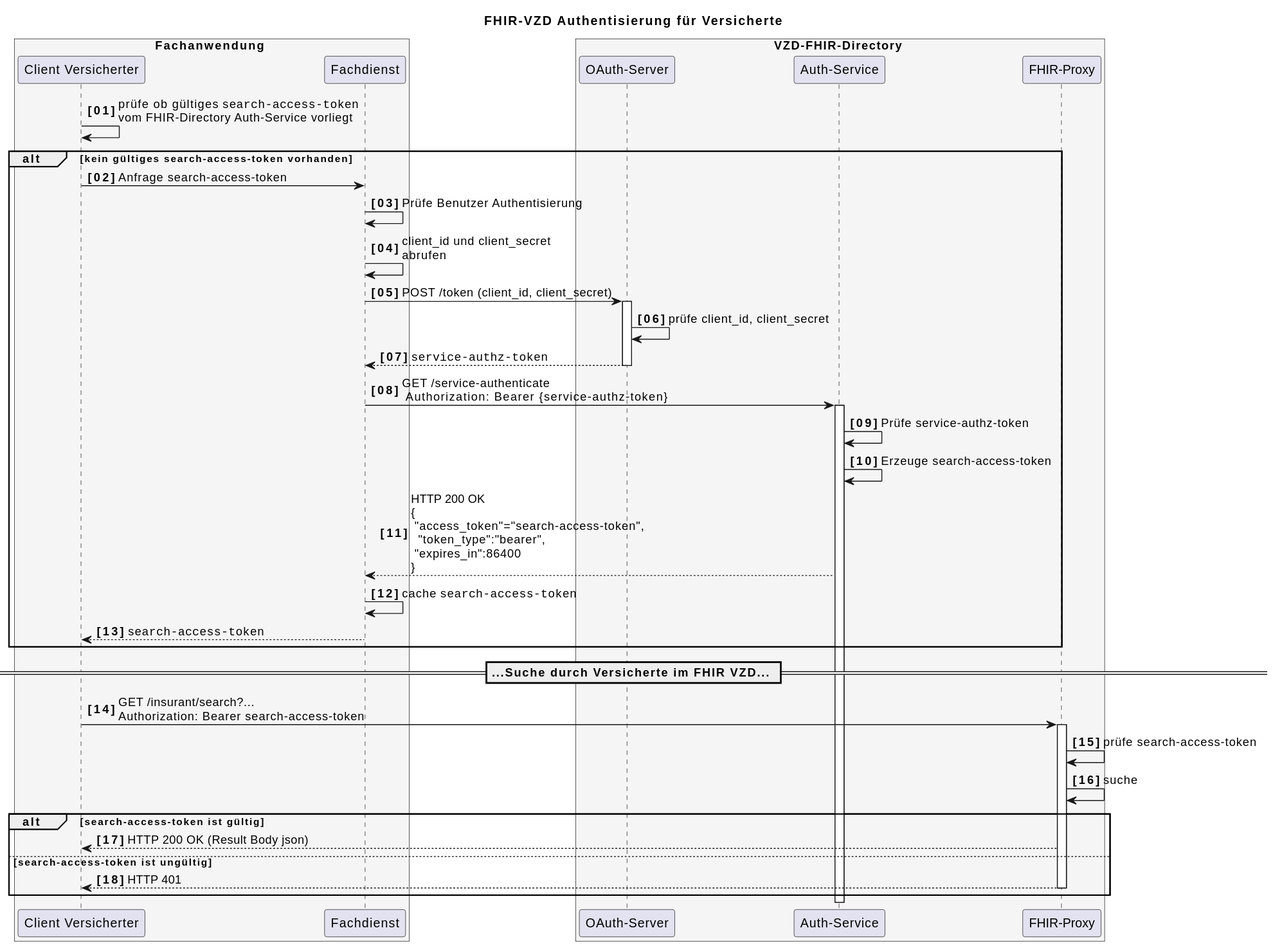
gematik/api-vzd keeps this PlantUML diagram as images/diagrams/SequenceDiagram.FHIR-Directory.fdv.search.svg. Above is the earlier version.
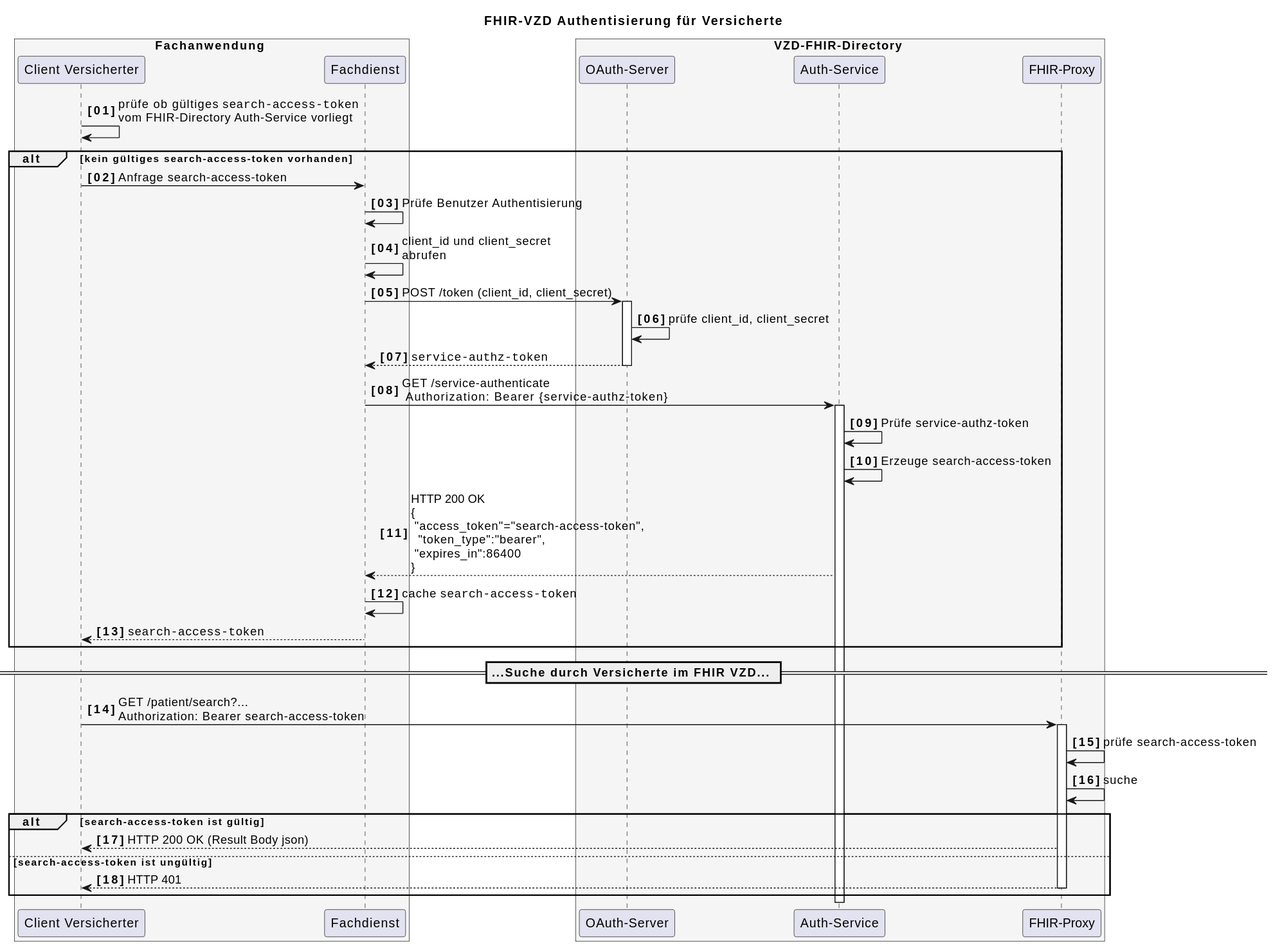
After the change.

What changed in the source:
```diff
@@ -42,7 +42,7 @@
 
 == ...Suche durch Versicherte im FHIR VZD... ==
 
-VClient -> fp: GET /insurant/search?... \nAuthorization: Bearer search-access-token
+VClient -> fp: GET /patient/search?... \nAuthorization: Bearer search-access-token
 activate fp
 fp -> fp: prüfe search-access-token
 fp -> fp: suche
```
